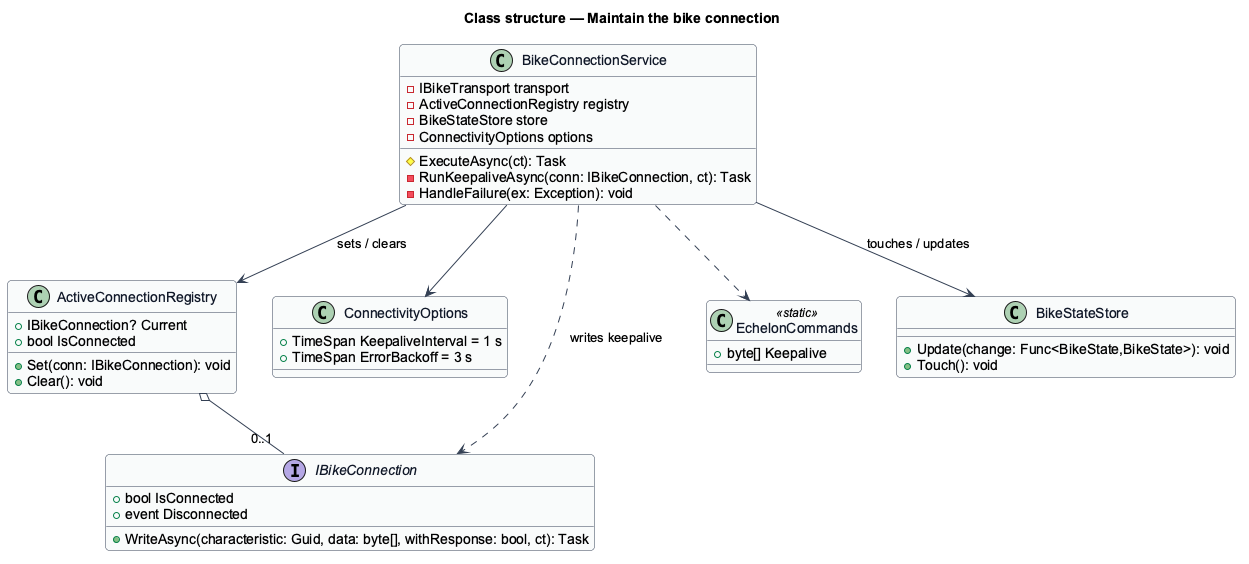
Above: docs/detailed-designs/bike-connectivity/maintain-bike-connection/diagrams/class-structure.png in QuinntyneBrown/ride-one (PlantUML), before the change.
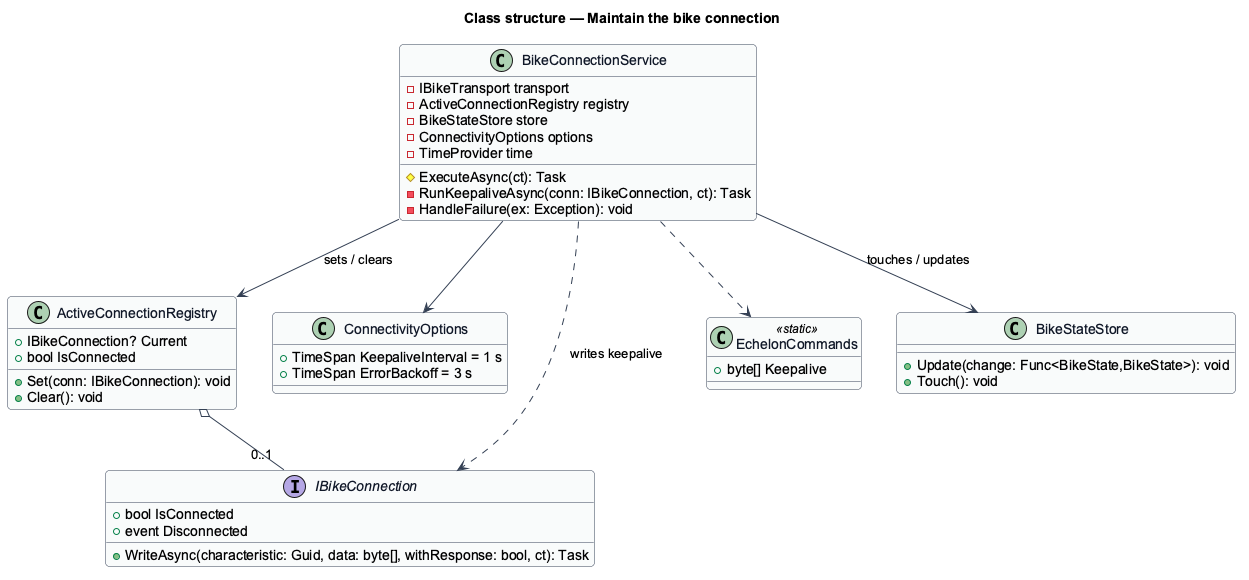
Later version of the same file.

Change to the diagram source:
```diff
@@ -16,6 +16,7 @@
   -ActiveConnectionRegistry registry
   -BikeStateStore store
   -ConnectivityOptions options
+  -TimeProvider time
   #ExecuteAsync(ct): Task
   -RunKeepaliveAsync(conn: IBikeConnection, ct): Task
   -HandleFailure(ex: Exception): void
```
